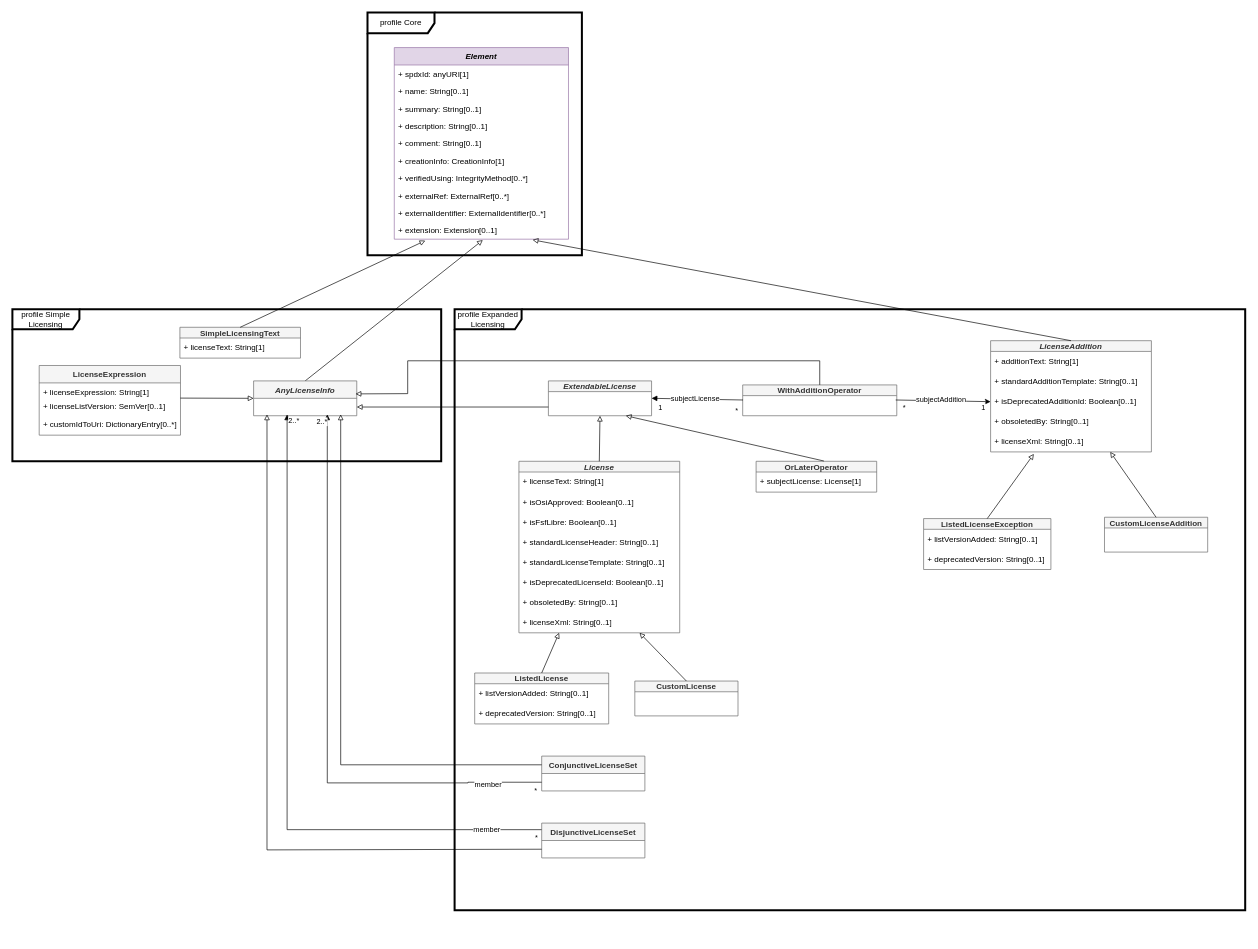
This is page "Licensing" (2 of 7) of model.drawio from spdx/spdx-3-model, a draw.io file, before an edit. Source tidied: cells renumbered, new cells numbered last; positions are measured from the earlier drawing's top-left corner, leaving out a move shared by most shapes. Both pictures are drawn from the tidied source at 67%, with x=0, y=0 at pixel (12, 12).
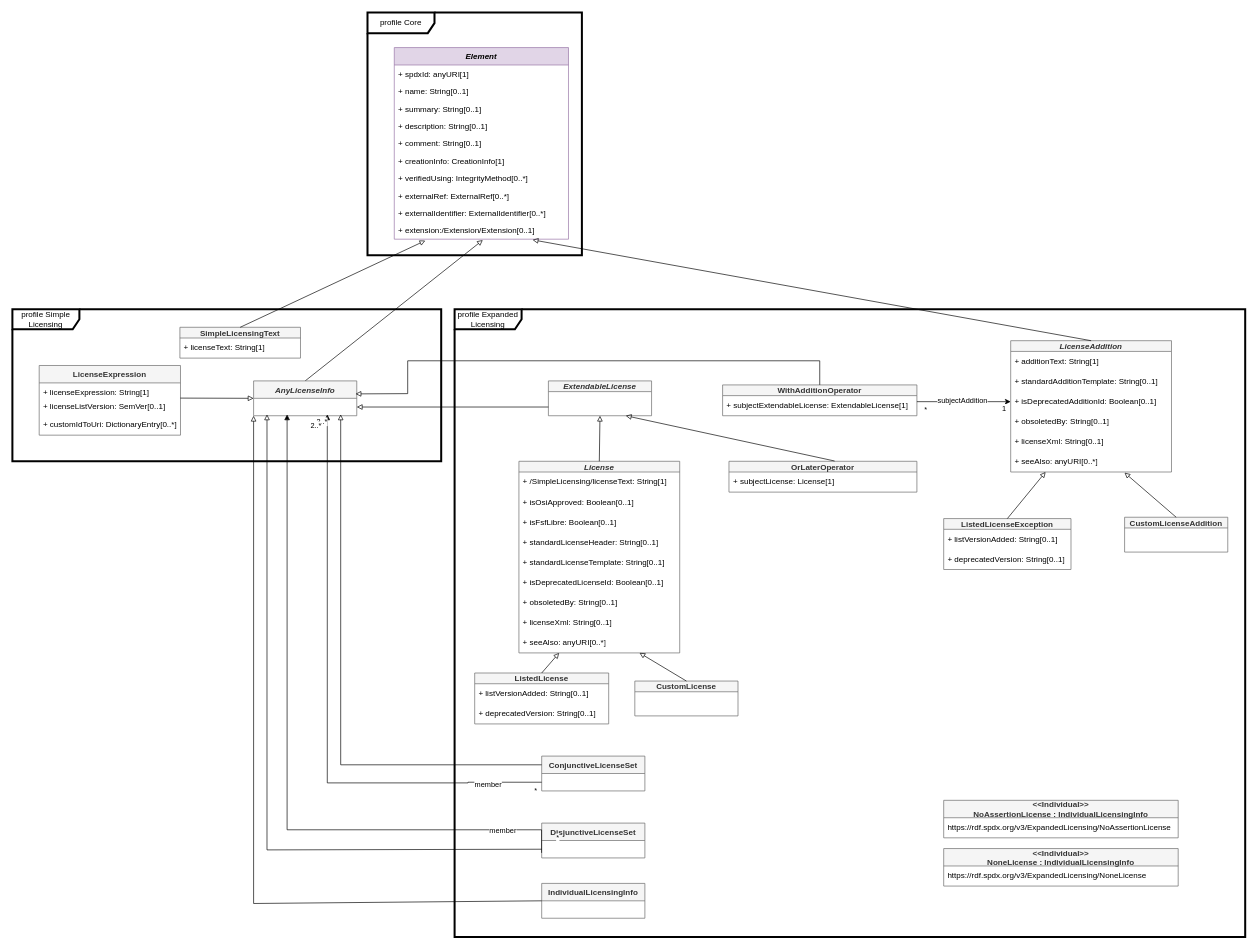
The same page after the edit.

The change refers to these unchanged cells:
```xml
<mxCell id="6" value="Element" style="swimlane;fontStyle=3;horizontal=1;startSize=26;fillColor=#e1d5e7;strokeColor=#9673a6;" parent="1" vertex="1">
  <mxGeometry x="570" y="52.5" width="260" height="286" as="geometry" />
</mxCell>
<mxCell id="18" value="AnyLicenseInfo" style="swimlane;fontStyle=3;horizontal=1;startSize=26;fillColor=#f5f5f5;strokeColor=#666666;fontColor=#333333;" parent="1" vertex="1">
  <mxGeometry x="360" y="550" width="154" height="52" as="geometry" />
</mxCell>
<mxCell id="38" value="ExtendableLicense" style="swimlane;fontStyle=3;horizontal=1;startSize=16;fillColor=#f5f5f5;strokeColor=#666666;fontColor=#333333;" parent="1" vertex="1">
  <mxGeometry x="800" y="550" width="154" height="52" as="geometry" />
</mxCell>
<mxCell id="45" value="+ isDeprecatedAdditionId: Boolean[0..1]" style="text;strokeColor=none;fillColor=none;align=left;verticalAlign=middle;spacingLeft=4;spacingRight=4;overflow=hidden;points=[[0,0.5],[1,0.5]];portConstraint=eastwest;whiteSpace=wrap;html=1;" parent="42" vertex="1">
  <mxGeometry y="76" width="240" height="30" as="geometry" />
</mxCell>
<mxCell id="47" value="+ licenseXml: String[0..1]" style="text;strokeColor=none;fillColor=none;align=left;verticalAlign=middle;spacingLeft=4;spacingRight=4;overflow=hidden;points=[[0,0.5],[1,0.5]];portConstraint=eastwest;whiteSpace=wrap;html=1;" parent="42" vertex="1">
  <mxGeometry y="136" width="240" height="30" as="geometry" />
</mxCell>
```

What changed in the source:
```diff
@@
     <mxCell id="2" value="profile Expanded Licensing" style="shape=umlFrame;whiteSpace=wrap;html=1;width=100;height=30;strokeWidth=3;" parent="1" vertex="1">
-      <mxGeometry x="660" y="443" width="1180" height="897" as="geometry" />
+      <mxGeometry x="660" y="443" width="1180" height="937" as="geometry" />
     </mxCell>
@@
-    <mxCell id="16" value="+ extension: Extension[0..1]" style="text;strokeColor=none;fillColor=none;align=left;verticalAlign=top;spacingLeft=4;spacingRight=4;overflow=hidden;points=[[0,0.5],[1,0.5]];portConstraint=eastwest;" parent="6" vertex="1">
+    <mxCell id="16" value="+ extension:/Extension/Extension[0..1]" style="text;strokeColor=none;fillColor=none;align=left;verticalAlign=top;spacingLeft=4;spacingRight=4;overflow=hidden;points=[[0,0.5],[1,0.5]];portConstraint=eastwest;" parent="6" vertex="1">
       <mxGeometry y="260" width="260" height="26" as="geometry" />
     </mxCell>
@@
     <mxCell id="29" value="License" style="swimlane;fontStyle=3;horizontal=1;startSize=16;fillColor=#f5f5f5;strokeColor=#666666;fontColor=#333333;" parent="1" vertex="1">
-      <mxGeometry x="756" y="670" width="240" height="256" as="geometry" />
+      <mxGeometry x="756" y="670" width="240" height="286" as="geometry" />
     </mxCell>
-    <mxCell id="30" value="+ licenseText: String[1]" style="text;strokeColor=none;fillColor=none;align=left;verticalAlign=middle;spacingLeft=4;spacingRight=4;overflow=hidden;whiteSpace=wrap;html=1;" parent="29" vertex="1">
+    <mxCell id="30" value="+ /SimpleLicensing/licenseText: String[1]" style="text;strokeColor=none;fillColor=none;align=left;verticalAlign=middle;spacingLeft=4;spacingRight=4;overflow=hidden;whiteSpace=wrap;html=1;" parent="29" vertex="1">
       <mxGeometry y="16" width="240" height="30" as="geometry" />
     </mxCell>
@@
+    <mxCell id="82" value="+ seeAlso: anyURI[0..*]" style="text;strokeColor=none;fillColor=none;align=left;verticalAlign=middle;spacingLeft=4;spacingRight=4;overflow=hidden;whiteSpace=wrap;html=1;" parent="29" vertex="1">
+      <mxGeometry y="256" width="240" height="30" as="geometry" />
+    </mxCell>
@@
     <mxCell id="42" value="LicenseAddition" style="swimlane;fontStyle=3;horizontal=1;startSize=16;fillColor=#f5f5f5;strokeColor=#666666;fontColor=#333333;" parent="1" vertex="1">
-      <mxGeometry x="1460" y="490" width="240" height="166" as="geometry" />
+      <mxGeometry x="1490" y="490" width="240" height="196" as="geometry" />
     </mxCell>
@@
+    <mxCell id="83" value="+ seeAlso: anyURI[0..*]" style="text;strokeColor=none;fillColor=none;align=left;verticalAlign=middle;spacingLeft=4;spacingRight=4;overflow=hidden;points=[[0,0.5],[1,0.5]];portConstraint=eastwest;whiteSpace=wrap;html=1;" parent="42" vertex="1">
+      <mxGeometry y="166" width="240" height="30" as="geometry" />
+    </mxCell>
     <mxCell id="48" value="CustomLicenseAddition" style="swimlane;fontStyle=1;horizontal=1;startSize=16;fillColor=#f5f5f5;strokeColor=#666666;fontColor=#333333;" parent="1" vertex="1">
-      <mxGeometry x="1630" y="753.5" width="154" height="52" as="geometry" />
+      <mxGeometry x="1660" y="753.5" width="154" height="52" as="geometry" />
     </mxCell>
@@
     <mxCell id="60" value="ListedLicenseException" style="swimlane;fontStyle=1;horizontal=1;startSize=16;fillColor=#f5f5f5;strokeColor=#666666;fontColor=#333333;" parent="1" vertex="1">
-      <mxGeometry x="1360" y="755.5" width="190" height="76" as="geometry" />
+      <mxGeometry x="1390" y="755.5" width="190" height="76" as="geometry" />
     </mxCell>
@@
-    <mxCell id="63" style="endArrow=block;html=1;rounded=0;entryX=0.269;entryY=1.1;entryDx=0;entryDy=0;exitX=0.5;exitY=0;exitDx=0;exitDy=0;endFill=0;entryPerimeter=0;" parent="1" edge="1" source="60" target="47">
+    <mxCell id="63" style="endArrow=block;html=1;rounded=0;entryX=0.217;entryY=1;entryDx=0;entryDy=0;exitX=0.5;exitY=0;exitDx=0;exitDy=0;endFill=0;entryPerimeter=0;" parent="1" edge="1" source="60" target="83">
       <mxGeometry relative="1" as="geometry" />
     </mxCell>
-    <mxCell id="64" style="endArrow=block;html=1;rounded=0;entryX=0.744;entryY=1;entryDx=0;entryDy=0;exitX=0.5;exitY=0;exitDx=0;exitDy=0;endFill=0;entryPerimeter=0;" parent="1" edge="1" source="48" target="47">
+    <mxCell id="64" style="endArrow=block;html=1;rounded=0;entryX=0.708;entryY=1.033;entryDx=0;entryDy=0;exitX=0.5;exitY=0;exitDx=0;exitDy=0;endFill=0;entryPerimeter=0;" parent="1" edge="1" source="48" target="83">
       <mxGeometry relative="1" as="geometry" />
     </mxCell>
     <mxCell id="65" value="OrLaterOperator" style="swimlane;fontStyle=1;horizontal=1;startSize=16;fillColor=#f5f5f5;strokeColor=#666666;fontColor=#333333;" parent="1" vertex="1">
-      <mxGeometry x="1110" y="670" width="180" height="46" as="geometry" />
+      <mxGeometry x="1069.5" y="670" width="280.5" height="46" as="geometry" />
     </mxCell>
     <mxCell id="66" value="+ subjectLicense: License[1]" style="text;strokeColor=none;fillColor=none;align=left;verticalAlign=middle;spacingLeft=4;spacingRight=4;overflow=hidden;whiteSpace=wrap;html=1;" parent="65" vertex="1">
-      <mxGeometry y="16" width="180" height="30" as="geometry" />
+      <mxGeometry y="16" width="280.5" height="30" as="geometry" />
     </mxCell>
@@
     <mxCell id="69" value="WithAdditionOperator" style="swimlane;fontStyle=1;horizontal=1;startSize=16;fillColor=#f5f5f5;strokeColor=#666666;fontColor=#333333;" parent="1" vertex="1">
-      <mxGeometry x="1090" y="556" width="230" height="46" as="geometry" />
+      <mxGeometry x="1060" y="556" width="290" height="46" as="geometry" />
     </mxCell>
+    <mxCell id="84" value="+ subjectExtendableLicense: ExtendableLicense[1]" style="text;strokeColor=none;fillColor=none;align=left;verticalAlign=middle;spacingLeft=4;spacingRight=4;overflow=hidden;whiteSpace=wrap;html=1;" parent="69" vertex="1">
+      <mxGeometry y="16" width="290" height="30" as="geometry" />
+    </mxCell>
@@
-    <mxCell id="71" style="endArrow=block;html=1;rounded=0;entryX=1;entryY=0.5;entryDx=0;entryDy=0;exitX=0.002;exitY=0.217;exitDx=0;exitDy=0;exitPerimeter=0;endFill=1;" parent="1" edge="1" target="38">
-      <mxGeometry relative="1" as="geometry">
-        <mxPoint x="1090.5" y="578.5" as="sourcePoint" />
-      </mxGeometry>
-    </mxCell>
-    <mxCell id="72" value="subjectLicense" style="edgeLabel;html=1;align=center;verticalAlign=middle;" parent="71" vertex="1">
-      <mxGeometry x="0.06" y="-2" relative="1" as="geometry" />
-    </mxCell>
-    <mxCell id="73" value="1" style="edgeLabel;html=1;align=center;verticalAlign=middle;" parent="71" vertex="1">
-      <mxGeometry x="0.82" relative="1" as="geometry">
-        <mxPoint y="13" as="offset" />
-      </mxGeometry>
-    </mxCell>
-    <mxCell id="74" value="*" style="edgeLabel;html=1;align=center;verticalAlign=middle;" parent="71" vertex="1">
-      <mxGeometry x="-0.78" relative="1" as="geometry">
-        <mxPoint x="5" y="15" as="offset" />
-      </mxGeometry>
-    </mxCell>
-    <mxCell id="75" style="endArrow=classic;html=1;rounded=0;exitX=0.993;exitY=0.217;exitDx=0;exitDy=0;exitPerimeter=0;entryX=0;entryY=0.5;entryDx=0;entryDy=0;" parent="1" edge="1" target="45">
+    <mxCell id="75" style="endArrow=classic;html=1;rounded=0;entryX=0;entryY=0.5;entryDx=0;entryDy=0;" parent="1" edge="1" target="45">
       <mxGeometry relative="1" as="geometry">
-        <mxPoint x="1318.4" y="578.5" as="sourcePoint" />
+        <mxPoint x="1350" y="581" as="sourcePoint" />
       </mxGeometry>
     </mxCell>
@@
+    <mxCell id="85" value="IndividualLicensingInfo" style="swimlane;fontStyle=1;horizontal=1;startSize=26;fillColor=#f5f5f5;strokeColor=#666666;fontColor=#333333;" parent="1" vertex="1">
+      <mxGeometry x="790" y="1300" width="154" height="52" as="geometry" />
+    </mxCell>
+    <mxCell id="86" style="endArrow=block;html=1;rounded=0;exitX=0;exitY=0.5;exitDx=0;exitDy=0;endFill=0;entryX=0;entryY=1;entryDx=0;entryDy=0;" parent="1" edge="1" source="85" target="18">
+      <mxGeometry relative="1" as="geometry">
+        <Array as="points">
+          <mxPoint x="360" y="1330" />
+        </Array>
+      </mxGeometry>
+    </mxCell>
+    <mxCell id="87" value="&lt;&lt;Individual&gt;&gt;&#10;NoAssertionLicense : IndividualLicensingInfo" style="swimlane;fontStyle=1;horizontal=1;startSize=26;fillColor=#f5f5f5;strokeColor=#666666;fontColor=#333333;" parent="1" vertex="1">
+      <mxGeometry x="1390" y="1176" width="350" height="56" as="geometry" />
+    </mxCell>
+    <mxCell id="88" value="https://rdf.spdx.org/v3/ExpandedLicensing/NoAssertionLicense" style="text;strokeColor=none;fillColor=none;align=left;verticalAlign=middle;spacingLeft=4;spacingRight=4;overflow=hidden;whiteSpace=wrap;html=1;" parent="87" vertex="1">
+      <mxGeometry y="26" width="350" height="30" as="geometry" />
+    </mxCell>
+    <mxCell id="89" value="&lt;&lt;Individual&gt;&gt;&#10;NoneLicense : IndividualLicensingInfo" style="swimlane;fontStyle=1;horizontal=1;startSize=26;fillColor=#f5f5f5;strokeColor=#666666;fontColor=#333333;" parent="1" vertex="1">
+      <mxGeometry x="1390" y="1248" width="350" height="56" as="geometry" />
+    </mxCell>
+    <mxCell id="90" value="https://rdf.spdx.org/v3/ExpandedLicensing/NoneLicense" style="text;strokeColor=none;fillColor=none;align=left;verticalAlign=middle;spacingLeft=4;spacingRight=4;overflow=hidden;whiteSpace=wrap;html=1;" parent="89" vertex="1">
+      <mxGeometry y="26" width="350" height="30" as="geometry" />
+    </mxCell>
```
